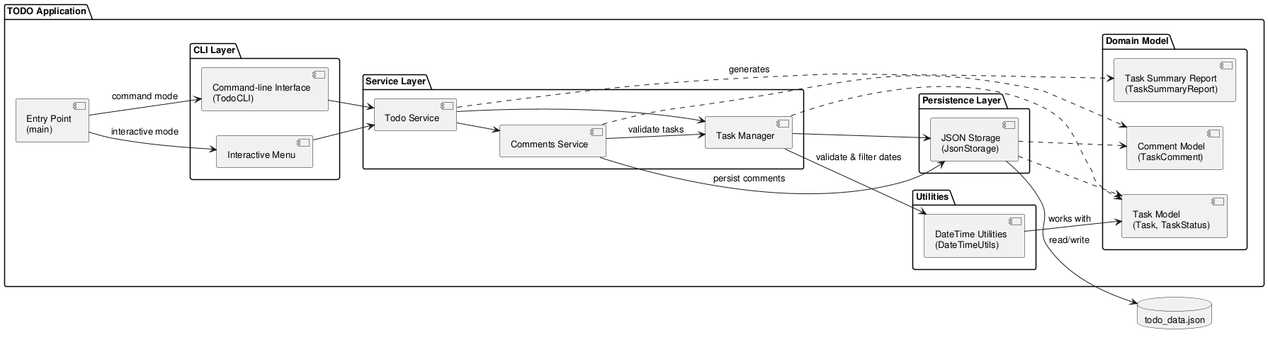
DanielRiha8906/Software_autoevolution_using_agents keeps this PlantUML diagram as experiments/supervisor_as_tools/user_stories/TODO/artifacts/component_diagram.png. Above is the earlier version.
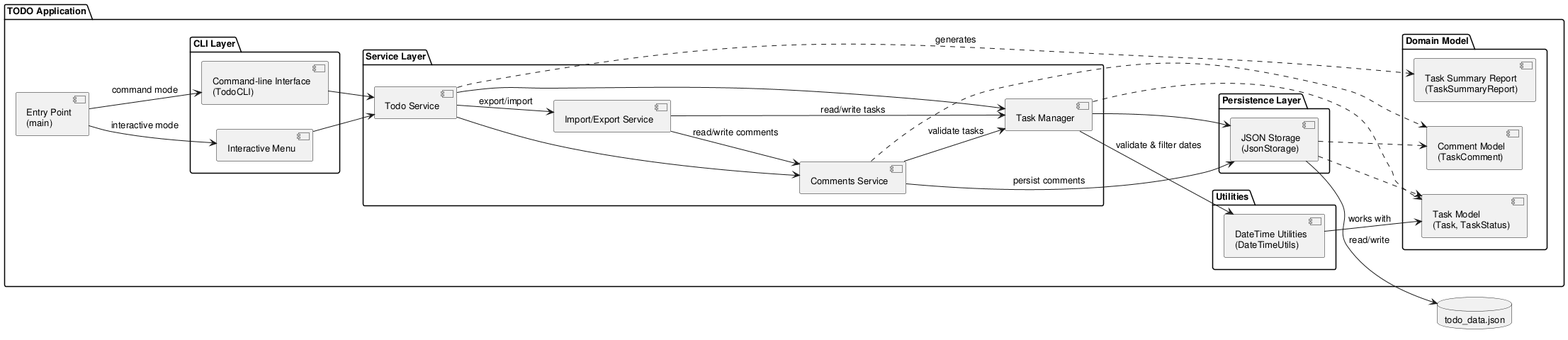
After the commit.

Diff of the diagram source:
```diff
@@ -18,6 +18,7 @@
         component "Todo Service" as SVC
         component "Task Manager" as MGR
         component "Comments Service" as CMT
+        component "Import/Export Service" as IMPEXP
     }
 
     package "Domain Model" {
@@ -45,7 +46,11 @@
 
 SVC --> MGR
 SVC --> CMT
+SVC --> IMPEXP : export/import
 SVC ..> SummaryModel : generates
+
+IMPEXP --> MGR : read/write tasks
+IMPEXP --> CMT : read/write comments
 
 MGR --> Storage
 MGR --> DTUtils : validate & filter dates
```
